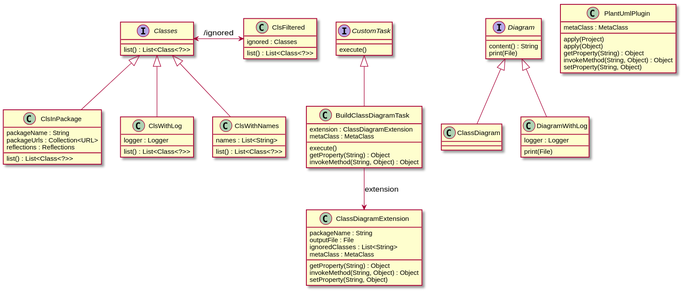
Before: diagrams/classes.svg, a diagram exported from PlantUML (RoRoche/plantuml-gradle-plugin). Its diagram source:
```plantuml
@startuml

class "BuildClassDiagramTask" {
  extension : ClassDiagramExtension
  metaClass : MetaClass
  execute()
  getProperty(String) : Object
  invokeMethod(String, Object) : Object
}

class "ClassDiagram"

class "ClassDiagramExtension" {
  packageName : String
  outputFile : File
  ignoredClasses : List<String>
  metaClass : MetaClass
  getProperty(String) : Object
  invokeMethod(String, Object) : Object
  setProperty(String, Object)
}

interface "Classes" {
  list() : List<Class<?>>
}

class "ClsFiltered" {
  ignored : Classes
  list() : List<Class<?>>
}

class "ClsInPackage" {
  packageName : String
  packageUrls : Collection<URL>
  reflections : Reflections
  list() : List<Class<?>>
}

class "ClsWithLog" {
  logger : Logger
  list() : List<Class<?>>
}

class "ClsWithNames" {
  names : List<String>
  list() : List<Class<?>>
}

interface "CustomTask" {
  execute()
}

interface "Diagram" {
  content() : String
  print(File)
}

class "DiagramWithLog" {
  logger : Logger
  print(File)
}

class "PlantUmlPlugin" {
  metaClass : MetaClass
  apply(Project)
  apply(Object)
  getProperty(String) : Object
  invokeMethod(String, Object) : Object
  setProperty(String, Object)
}

"BuildClassDiagramTask" --> "ClassDiagramExtension" : extension
"Classes" <-> "ClsFiltered" : /ignored
"Classes" <|-- "ClsInPackage"
"Classes" <|-- "ClsWithLog"
"Classes" <|-- "ClsWithNames"
"CustomTask" <|-- "BuildClassDiagramTask"
"Diagram" <|-- "ClassDiagram"
"Diagram" <|-- "DiagramWithLog"

@enduml
```
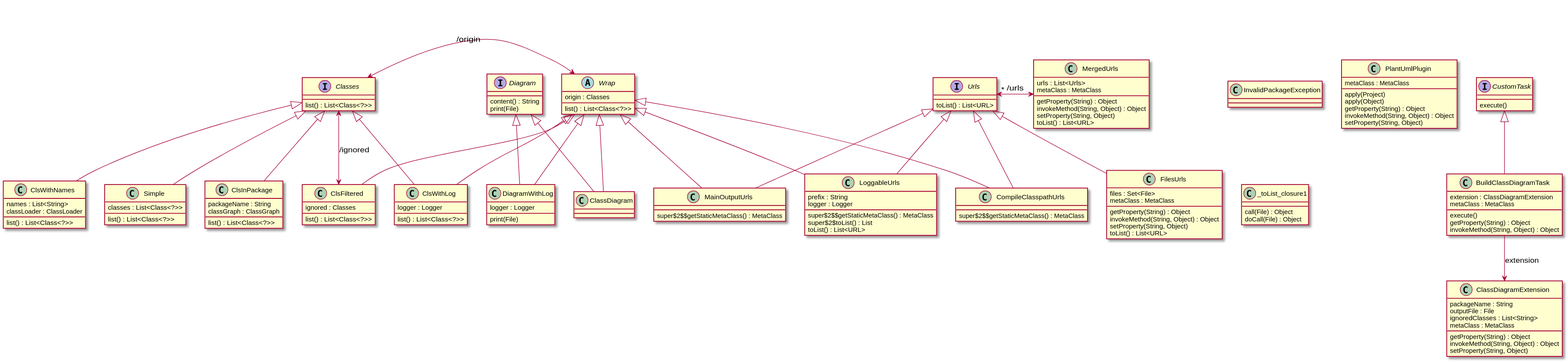
The same file after the commit.

Commit message:
generate diagram

Diff of the diagram source:
```diff
@@ -31,8 +31,7 @@
 
 class "ClsInPackage" {
   packageName : String
-  packageUrls : Collection<URL>
-  reflections : Reflections
+  classGraph : ClassGraph
   list() : List<Class<?>>
 }
 
@@ -43,7 +42,12 @@
 
 class "ClsWithNames" {
   names : List<String>
+  classLoader : ClassLoader
   list() : List<Class<?>>
+}
+
+class "CompileClasspathUrls" {
+  super$2$$getStaticMetaClass() : MetaClass
 }
 
 interface "CustomTask" {
@@ -60,6 +64,38 @@
   print(File)
 }
 
+class "FilesUrls" {
+  files : Set<File>
+  metaClass : MetaClass
+  getProperty(String) : Object
+  invokeMethod(String, Object) : Object
+  setProperty(String, Object)
+  toList() : List<URL>
+}
+
+class "InvalidPackageException"
+
+class "LoggableUrls" {
+  prefix : String
+  logger : Logger
+  super$2$$getStaticMetaClass() : MetaClass
+  super$2$toList() : List
+  toList() : List<URL>
+}
+
+class "MainOutputUrls" {
+  super$2$$getStaticMetaClass() : MetaClass
+}
+
+class "MergedUrls" {
+  urls : List<Urls>
+  metaClass : MetaClass
+  getProperty(String) : Object
+  invokeMethod(String, Object) : Object
+  setProperty(String, Object)
+  toList() : List<URL>
+}
+
 class "PlantUmlPlugin" {
   metaClass : MetaClass
   apply(Project)
@@ -69,13 +105,46 @@
   setProperty(String, Object)
 }
 
+class "Simple" {
+  classes : List<Class<?>>
+  list() : List<Class<?>>
+}
+
+interface "Urls" {
+  toList() : List<URL>
+}
+
+abstract class "Wrap" {
+  origin : Classes
+  list() : List<Class<?>>
+}
+
+class "_toList_closure1" {
+  call(File) : Object
+  doCall(File) : Object
+}
+
 "BuildClassDiagramTask" --> "ClassDiagramExtension" : extension
 "Classes" <-> "ClsFiltered" : /ignored
 "Classes" <|-- "ClsInPackage"
 "Classes" <|-- "ClsWithLog"
 "Classes" <|-- "ClsWithNames"
+"Classes" <|-- "Simple"
+"Classes" <-> "Wrap" : /origin
 "CustomTask" <|-- "BuildClassDiagramTask"
 "Diagram" <|-- "ClassDiagram"
 "Diagram" <|-- "DiagramWithLog"
+"Urls" <|-- "CompileClasspathUrls"
+"Urls" <|-- "FilesUrls"
+"Urls" <|-- "LoggableUrls"
+"Urls" <|-- "MainOutputUrls"
+"Urls" "*" <-> "MergedUrls" : /urls
+"Wrap" <|-- "ClassDiagram"
+"Wrap" <|-- "ClsFiltered"
+"Wrap" <|-- "ClsWithLog"
+"Wrap" <|-- "CompileClasspathUrls"
+"Wrap" <|-- "DiagramWithLog"
+"Wrap" <|-- "LoggableUrls"
+"Wrap" <|-- "MainOutputUrls"
 
 @enduml
```
